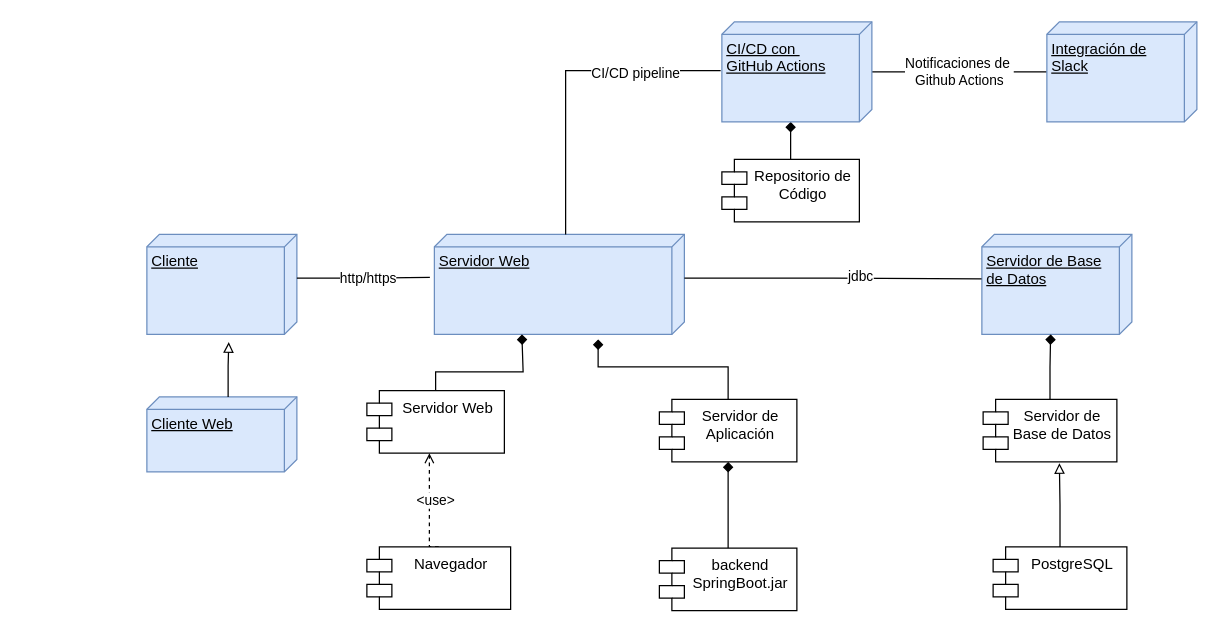
Before: despliegue.drawio in iwvg-hugo/TFM, a draw.io diagram. Source tidied: cells renumbered, new cells numbered last; positions are measured from the earlier drawing's top-left corner, leaving out a move shared by most shapes. Both pictures are drawn from the tidied source at 125%, with x=0, y=0 at pixel (146, 21).
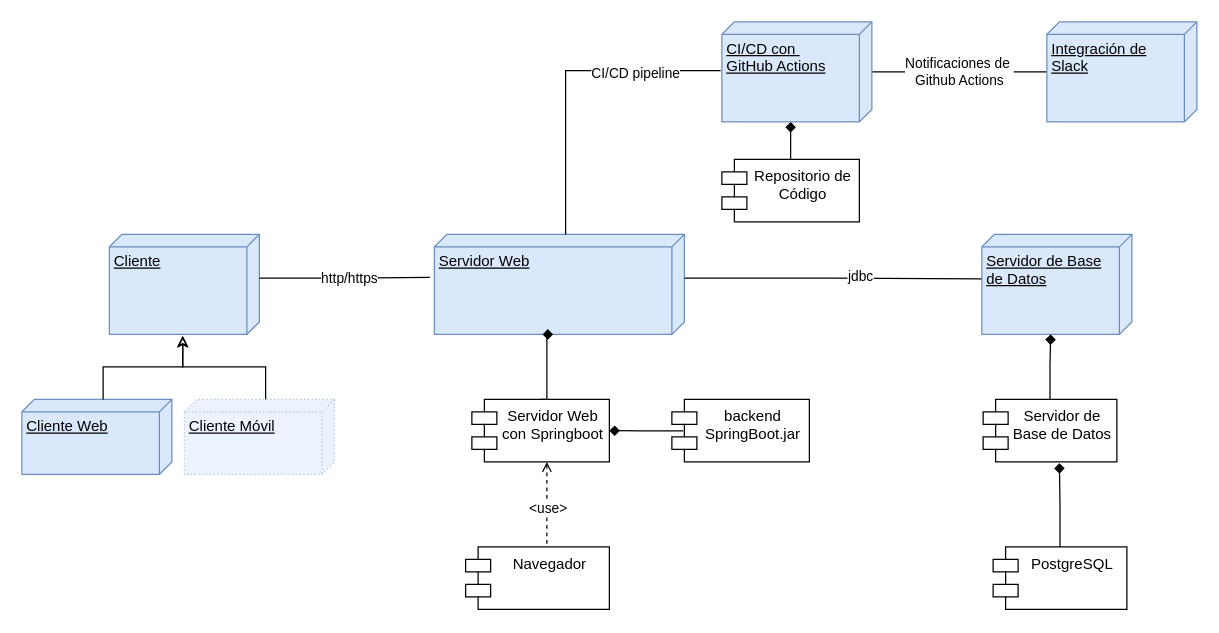
The same page after the edit.

The change refers to these unchanged cells:
```xml
<mxCell id="4" value="Servidor Web" style="verticalAlign=top;align=left;spacingTop=8;spacingLeft=2;spacingRight=12;shape=cube;size=10;direction=south;fontStyle=4;html=1;whiteSpace=wrap;fillColor=#dae8fc;strokeColor=#6c8ebf;" parent="1" vertex="1">
  <mxGeometry x="230" y="170" width="200" height="80" as="geometry" />
</mxCell>
<mxCell id="7" value="Servidor de Base de Datos" style="shape=module;align=left;spacingLeft=20;align=center;verticalAlign=top;whiteSpace=wrap;html=1;" parent="1" vertex="1">
  <mxGeometry x="669" y="302" width="107" height="50" as="geometry" />
</mxCell>
<mxCell id="8" value="PostgreSQL" style="shape=module;align=left;spacingLeft=20;align=center;verticalAlign=top;whiteSpace=wrap;html=1;" parent="1" vertex="1">
  <mxGeometry x="677" y="420" width="107" height="50" as="geometry" />
</mxCell>
```

The edit, as a diff of the source:
```diff
@@
-    <mxCell id="2" value="Servidor Web" style="shape=module;align=left;spacingLeft=20;align=center;verticalAlign=top;whiteSpace=wrap;html=1;" parent="1" vertex="1">
-      <mxGeometry x="176" y="295" width="110" height="50" as="geometry" />
+    <mxCell id="2" value="Servidor Web&lt;div&gt;con Springboot&lt;/div&gt;" style="shape=module;align=left;spacingLeft=20;align=center;verticalAlign=top;whiteSpace=wrap;html=1;" parent="1" vertex="1">
+      <mxGeometry x="260" y="302" width="110" height="50" as="geometry" />
     </mxCell>
     <mxCell id="3" value="Cliente" style="verticalAlign=top;align=left;spacingTop=8;spacingLeft=2;spacingRight=12;shape=cube;size=10;direction=south;fontStyle=4;html=1;whiteSpace=wrap;fillColor=#dae8fc;strokeColor=#6c8ebf;" parent="1" vertex="1">
-      <mxGeometry y="170" width="120" height="80" as="geometry" />
+      <mxGeometry x="-30" y="170" width="120" height="80" as="geometry" />
     </mxCell>
@@
     <mxCell id="6" value="Cliente Web" style="verticalAlign=top;align=left;spacingTop=8;spacingLeft=2;spacingRight=12;shape=cube;size=10;direction=south;fontStyle=4;html=1;whiteSpace=wrap;fillColor=#dae8fc;strokeColor=#6c8ebf;" parent="1" vertex="1">
-      <mxGeometry y="300" width="120" height="60" as="geometry" />
+      <mxGeometry x="-100" y="302" width="120" height="60" as="geometry" />
     </mxCell>
@@
-    <mxCell id="9" style="edgeStyle=orthogonalEdgeStyle;rounded=0;jettySize=auto;html=1;exitX=0.5;exitY=0;exitDx=0;exitDy=0;entryX=0.57;entryY=1.02;entryDx=0;entryDy=0;entryPerimeter=0;endArrow=block;endFill=0;" parent="1" edge="1" source="8" target="7">
+    <mxCell id="9" style="edgeStyle=orthogonalEdgeStyle;rounded=0;jettySize=auto;html=1;exitX=0.5;exitY=0;exitDx=0;exitDy=0;entryX=0.57;entryY=1.02;entryDx=0;entryDy=0;entryPerimeter=0;endArrow=diamond;endFill=1;" parent="1" edge="1" source="8" target="7">
       <mxGeometry relative="1" as="geometry" />
     </mxCell>
     <mxCell id="10" style="edgeStyle=orthogonalEdgeStyle;rounded=0;jettySize=auto;html=1;exitX=0.5;exitY=0;exitDx=0;exitDy=0;dashed=1;endArrow=open;endFill=0;" parent="1" edge="1" source="12">
       <mxGeometry relative="1" as="geometry">
-        <mxPoint x="226" y="345" as="targetPoint" />
+        <mxPoint x="320" y="352" as="targetPoint" />
         <Array as="points">
-          <mxPoint x="226" y="420" />
+          <mxPoint x="320" y="427" />
         </Array>
       </mxGeometry>
     </mxCell>
     <mxCell id="11" value="&amp;lt;use&amp;gt;" style="edgeLabel;html=1;align=center;verticalAlign=middle;" parent="10" vertex="1">
       <mxGeometry x="0.13" y="1" relative="1" as="geometry">
-        <mxPoint x="5" y="2" as="offset" />
+        <mxPoint x="1" y="-2" as="offset" />
       </mxGeometry>
     </mxCell>
     <mxCell id="12" value="Navegador" style="shape=module;align=left;spacingLeft=20;align=center;verticalAlign=top;whiteSpace=wrap;html=1;" parent="1" vertex="1">
-      <mxGeometry x="176" y="420" width="115" height="50" as="geometry" />
+      <mxGeometry x="255" y="420" width="115" height="50" as="geometry" />
     </mxCell>
@@
-    <mxCell id="22" style="edgeStyle=orthogonalEdgeStyle;rounded=0;jettySize=auto;html=1;exitX=0;exitY=0;exitDx=0;exitDy=55;exitPerimeter=0;entryX=1.077;entryY=0.454;entryDx=0;entryDy=0;entryPerimeter=0;endArrow=block;endFill=0;" parent="1" edge="1" source="6" target="3">
-      <mxGeometry relative="1" as="geometry" />
-    </mxCell>
-    <mxCell id="23" style="edgeStyle=orthogonalEdgeStyle;rounded=0;jettySize=auto;html=1;exitX=0.5;exitY=0;exitDx=0;exitDy=0;endArrow=diamond;endFill=1;curved=0;strokeColor=default;" parent="1" edge="1" source="2">
+    <mxCell id="23" style="edgeStyle=orthogonalEdgeStyle;rounded=0;jettySize=auto;html=1;exitX=0.5;exitY=0;exitDx=0;exitDy=0;endArrow=diamond;endFill=1;curved=0;strokeColor=default;entryX=0;entryY=0;entryDx=80;entryDy=105;entryPerimeter=0;" parent="1" edge="1" source="2" target="4">
       <mxGeometry relative="1" as="geometry">
-        <mxPoint x="300" y="250" as="targetPoint" />
         <Array as="points">
-          <mxPoint x="231" y="280" />
-          <mxPoint x="301" y="280" />
+          <mxPoint x="320" y="302" />
+          <mxPoint x="320" y="250" />
         </Array>
       </mxGeometry>
     </mxCell>
@@
-    <mxCell id="25" style="edgeStyle=orthogonalEdgeStyle;rounded=0;jettySize=auto;html=1;endArrow=diamond;endFill=1;" parent="1" edge="1" source="26" target="29">
-      <mxGeometry relative="1" as="geometry" />
-    </mxCell>
+    <mxCell id="32" style="edgeStyle=orthogonalEdgeStyle;rounded=0;jettySize=auto;html=1;exitX=0.083;exitY=0.504;exitDx=0;exitDy=0;entryX=1;entryY=0.5;entryDx=0;entryDy=0;endArrow=diamond;endFill=1;exitPerimeter=0;" parent="1" edge="1" source="26" target="2">
+      <mxGeometry relative="1" as="geometry" />
+    </mxCell>
     <mxCell id="26" value="backend&lt;div&gt;SpringBoot.jar&lt;/div&gt;" style="shape=module;align=left;spacingLeft=20;align=center;verticalAlign=top;whiteSpace=wrap;html=1;" parent="1" vertex="1">
-      <mxGeometry x="410" y="421" width="110" height="50" as="geometry" />
+      <mxGeometry x="420" y="302" width="110" height="50" as="geometry" />
     </mxCell>
@@
-    <mxCell id="29" value="Servidor de Aplicación" style="shape=module;align=left;spacingLeft=20;align=center;verticalAlign=top;whiteSpace=wrap;html=1;" parent="1" vertex="1">
-      <mxGeometry x="410" y="302" width="110" height="50" as="geometry" />
-    </mxCell>
-    <mxCell id="30" style="edgeStyle=orthogonalEdgeStyle;rounded=0;jettySize=auto;html=1;exitX=0.5;exitY=0;exitDx=0;exitDy=0;entryX=1.05;entryY=0.345;entryDx=0;entryDy=0;entryPerimeter=0;endArrow=diamond;endFill=1;" parent="1" edge="1" source="29" target="4">
-      <mxGeometry relative="1" as="geometry" />
-    </mxCell>
@@
+    <mxCell id="33" style="edgeStyle=orthogonalEdgeStyle;rounded=0;jettySize=auto;html=1;exitX=0;exitY=0;exitDx=0;exitDy=55;exitPerimeter=0;entryX=1.013;entryY=0.511;entryDx=0;entryDy=0;entryPerimeter=0;endArrow=classic;endFill=0;" parent="1" edge="1" source="34" target="3">
+      <mxGeometry relative="1" as="geometry" />
+    </mxCell>
+    <mxCell id="34" value="Cliente Móvil" style="verticalAlign=top;align=left;spacingTop=8;spacingLeft=2;spacingRight=12;shape=cube;size=10;direction=south;fontStyle=4;html=1;whiteSpace=wrap;fillColor=#dae8fc;strokeColor=#6c8ebf;opacity=50;dashed=1;dashPattern=1 2;" parent="1" vertex="1">
+      <mxGeometry x="30" y="302" width="120" height="60" as="geometry" />
+    </mxCell>
+    <mxCell id="22" style="edgeStyle=orthogonalEdgeStyle;rounded=0;jettySize=auto;html=1;exitX=0;exitY=0;exitDx=0;exitDy=55;exitPerimeter=0;entryX=1.021;entryY=0.511;entryDx=0;entryDy=0;entryPerimeter=0;endArrow=classic;endFill=0;" parent="1" edge="1" source="6" target="3">
+      <mxGeometry relative="1" as="geometry" />
+    </mxCell>
```
